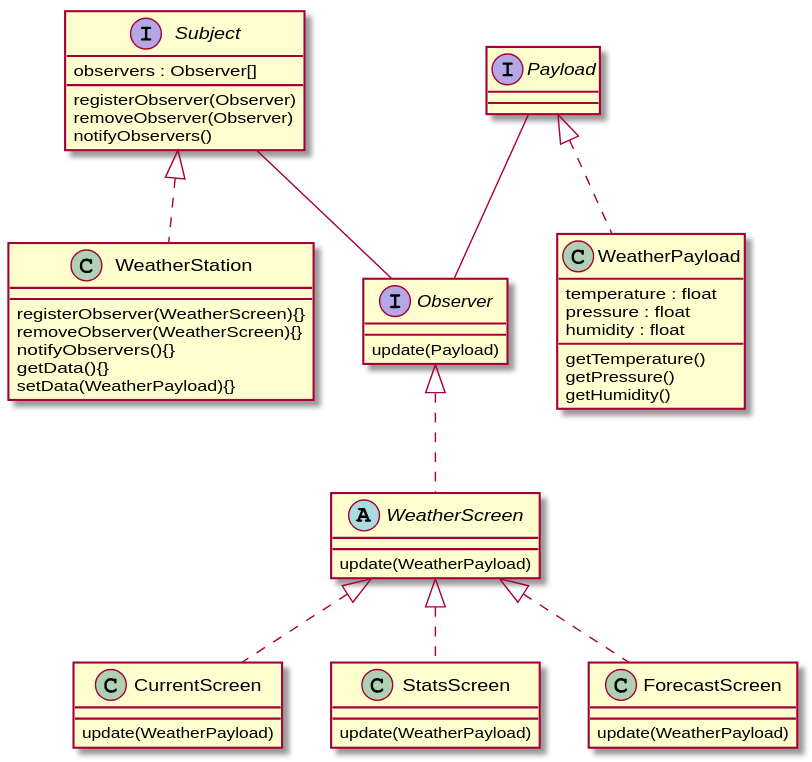
This is 02_observer_pattern/uml.svg from alesgenova/design-patterns, a PlantUML export, as it was before one commit.
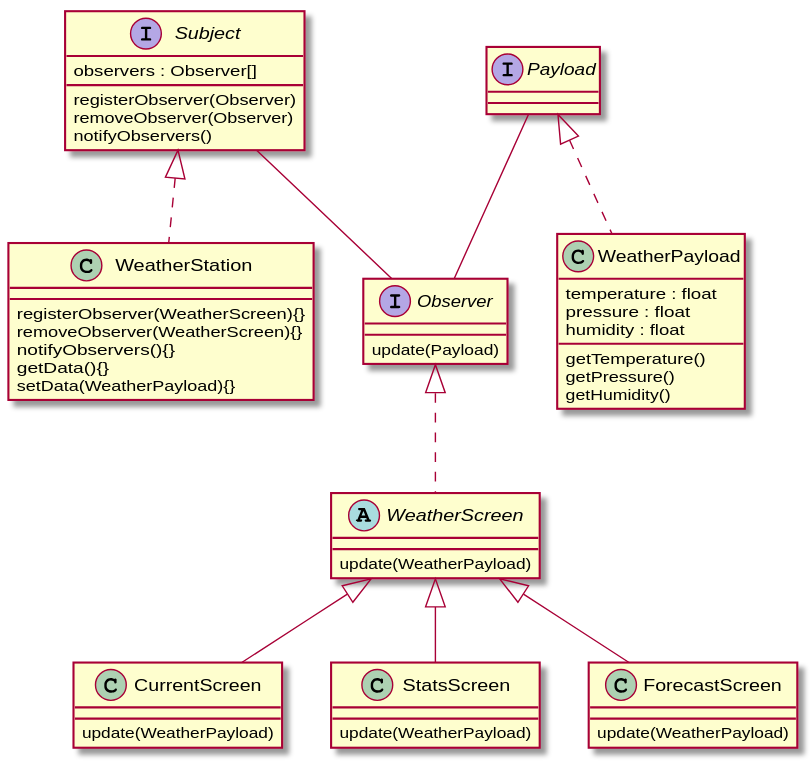
After the commit.

Diff of the diagram source:
```diff
@@ -63,9 +63,9 @@
 
 Observer <|.. WeatherScreen
 
-WeatherScreen <|.. CurrentScreen
-WeatherScreen <|.. StatsScreen
-WeatherScreen <|.. ForecastScreen
+WeatherScreen <|-- CurrentScreen
+WeatherScreen <|-- StatsScreen
+WeatherScreen <|-- ForecastScreen
 
 Payload <|.. WeatherPayload
 @enduml
```
